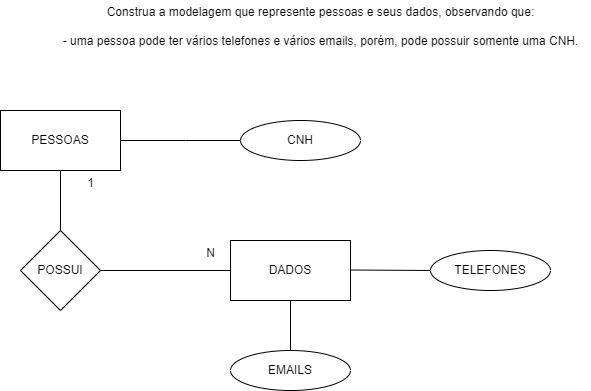
The draw.io diagram sprint-1/ex_MER/ex_1.1.png in guihenrique16/semestre_2, before a commit. Source tidied: cells renumbered, new cells last; positions are measured from the earlier drawing's top-left corner, leaving out a move shared by most shapes. Source of this version:
```xml
<mxGraphModel>
  <root>
    <mxCell id="0" />
    <mxCell id="1" parent="0" />
    <mxCell id="2" value="&lt;div&gt;Construa a modelagem que represente pessoas e seus dados, observando que:&lt;/div&gt;&lt;div&gt;&lt;br&gt;&lt;/div&gt;&lt;div&gt;- uma pessoa pode ter vários telefones e vários emails, porém, pode possuir somente uma CNH.&lt;/div&gt;&lt;div&gt;&lt;br&gt;&lt;/div&gt;&lt;div&gt;&lt;br&gt;&lt;/div&gt;&lt;div&gt;&lt;br&gt;&lt;/div&gt;&lt;div&gt;&lt;br&gt;&lt;/div&gt;" style="text;html=1;align=center;verticalAlign=middle;strokeColor=none;fillColor=none;" parent="1" vertex="1">
      <mxGeometry x="50" width="540" height="110" as="geometry" />
    </mxCell>
    <mxCell id="3" style="edgeStyle=orthogonalEdgeStyle;rounded=0;jettySize=auto;html=1;endArrow=none;endFill=0;" parent="1" edge="1" source="5" target="8">
      <mxGeometry relative="1" as="geometry" />
    </mxCell>
    <mxCell id="4" style="edgeStyle=orthogonalEdgeStyle;rounded=0;jettySize=auto;html=1;endArrow=none;endFill=0;" parent="1" edge="1" source="5">
      <mxGeometry relative="1" as="geometry">
        <mxPoint x="250" y="140" as="targetPoint" />
      </mxGeometry>
    </mxCell>
    <mxCell id="5" value="PESSOAS" style="rounded=0;whiteSpace=wrap;html=1;" parent="1" vertex="1">
      <mxGeometry y="110" width="120" height="60" as="geometry" />
    </mxCell>
    <mxCell id="6" value="DADOS" style="rounded=0;whiteSpace=wrap;html=1;" parent="1" vertex="1">
      <mxGeometry x="230" y="240" width="120" height="60" as="geometry" />
    </mxCell>
    <mxCell id="7" style="edgeStyle=orthogonalEdgeStyle;rounded=0;jettySize=auto;html=1;entryX=0;entryY=0.5;entryDx=0;entryDy=0;endArrow=none;endFill=0;" parent="1" edge="1" source="8" target="6">
      <mxGeometry relative="1" as="geometry" />
    </mxCell>
    <mxCell id="8" value="POSSUI" style="rhombus;whiteSpace=wrap;html=1;" parent="1" vertex="1">
      <mxGeometry x="20" y="230" width="80" height="80" as="geometry" />
    </mxCell>
    <mxCell id="9" value="TELEFONES" style="ellipse;whiteSpace=wrap;html=1;" parent="1" vertex="1">
      <mxGeometry x="430" y="250" width="120" height="40" as="geometry" />
    </mxCell>
    <mxCell id="10" style="endArrow=none;html=1;rounded=0;" parent="1" edge="1">
      <mxGeometry relative="1" as="geometry">
        <mxPoint x="350" y="269.5" as="sourcePoint" />
        <mxPoint x="430" y="270" as="targetPoint" />
      </mxGeometry>
    </mxCell>
    <mxCell id="11" style="endArrow=none;html=1;rounded=0;entryX=0.5;entryY=0;entryDx=0;entryDy=0;exitX=0.5;exitY=1;exitDx=0;exitDy=0;" parent="1" edge="1" source="6">
      <mxGeometry relative="1" as="geometry">
        <mxPoint x="290" y="350" as="targetPoint" />
        <Array as="points">
          <mxPoint x="290" y="320.5" />
        </Array>
      </mxGeometry>
    </mxCell>
    <mxCell id="12" value="1" style="text;html=1;align=center;verticalAlign=middle;strokeColor=none;fillColor=none;" parent="1" vertex="1">
      <mxGeometry x="75" y="168" width="30" height="30" as="geometry" />
    </mxCell>
    <mxCell id="13" value="N" style="text;html=1;align=center;verticalAlign=middle;strokeColor=none;fillColor=none;" parent="1" vertex="1">
      <mxGeometry x="195" y="238" width="30" height="30" as="geometry" />
    </mxCell>
    <mxCell id="14" value="EMAILS" style="ellipse;whiteSpace=wrap;html=1;" parent="1" vertex="1">
      <mxGeometry x="230" y="350" width="120" height="40" as="geometry" />
    </mxCell>
    <mxCell id="15" value="CNH" style="ellipse;whiteSpace=wrap;html=1;" parent="1" vertex="1">
      <mxGeometry x="240" y="120" width="120" height="40" as="geometry" />
    </mxCell>
  </root>
</mxGraphModel>
```
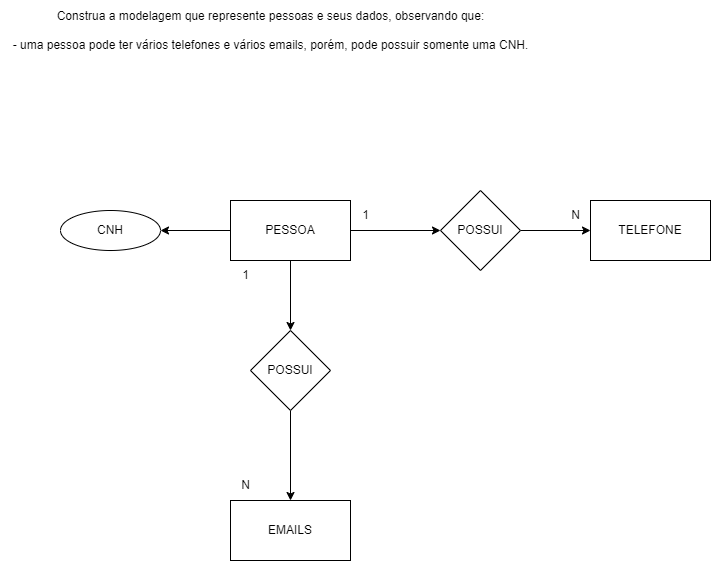
After the commit.

The edit, as a diff of the source:
```diff
@@ -2,57 +2,53 @@
   <root>
     <mxCell id="0" />
     <mxCell id="1" parent="0" />
-    <mxCell id="2" value="&lt;div&gt;Construa a modelagem que represente pessoas e seus dados, observando que:&lt;/div&gt;&lt;div&gt;&lt;br&gt;&lt;/div&gt;&lt;div&gt;- uma pessoa pode ter vários telefones e vários emails, porém, pode possuir somente uma CNH.&lt;/div&gt;&lt;div&gt;&lt;br&gt;&lt;/div&gt;&lt;div&gt;&lt;br&gt;&lt;/div&gt;&lt;div&gt;&lt;br&gt;&lt;/div&gt;&lt;div&gt;&lt;br&gt;&lt;/div&gt;" style="text;html=1;align=center;verticalAlign=middle;strokeColor=none;fillColor=none;" parent="1" vertex="1">
-      <mxGeometry x="50" width="540" height="110" as="geometry" />
+    <mxCell id="2" value="&lt;div&gt;Construa a modelagem que represente pessoas e seus dados, observando que:&lt;/div&gt;&lt;div&gt;&lt;br&gt;&lt;/div&gt;&lt;div&gt;- uma pessoa pode ter vários telefones e vários emails, porém, pode possuir somente uma CNH.&lt;/div&gt;" style="text;html=1;align=center;verticalAlign=middle;strokeColor=none;fillColor=none;" parent="1" vertex="1">
+      <mxGeometry x="-60" y="-100" width="540" height="60" as="geometry" />
     </mxCell>
-    <mxCell id="3" style="edgeStyle=orthogonalEdgeStyle;rounded=0;jettySize=auto;html=1;endArrow=none;endFill=0;" parent="1" edge="1" source="5" target="8">
-      <mxGeometry relative="1" as="geometry" />
-    </mxCell>
-    <mxCell id="4" style="edgeStyle=orthogonalEdgeStyle;rounded=0;jettySize=auto;html=1;endArrow=none;endFill=0;" parent="1" edge="1" source="5">
-      <mxGeometry relative="1" as="geometry">
-        <mxPoint x="250" y="140" as="targetPoint" />
-      </mxGeometry>
-    </mxCell>
-    <mxCell id="5" value="PESSOAS" style="rounded=0;whiteSpace=wrap;html=1;" parent="1" vertex="1">
-      <mxGeometry y="110" width="120" height="60" as="geometry" />
-    </mxCell>
-    <mxCell id="6" value="DADOS" style="rounded=0;whiteSpace=wrap;html=1;" parent="1" vertex="1">
-      <mxGeometry x="230" y="240" width="120" height="60" as="geometry" />
-    </mxCell>
-    <mxCell id="7" style="edgeStyle=orthogonalEdgeStyle;rounded=0;jettySize=auto;html=1;entryX=0;entryY=0.5;entryDx=0;entryDy=0;endArrow=none;endFill=0;" parent="1" edge="1" source="8" target="6">
-      <mxGeometry relative="1" as="geometry" />
-    </mxCell>
-    <mxCell id="8" value="POSSUI" style="rhombus;whiteSpace=wrap;html=1;" parent="1" vertex="1">
-      <mxGeometry x="20" y="230" width="80" height="80" as="geometry" />
-    </mxCell>
-    <mxCell id="9" value="TELEFONES" style="ellipse;whiteSpace=wrap;html=1;" parent="1" vertex="1">
-      <mxGeometry x="430" y="250" width="120" height="40" as="geometry" />
-    </mxCell>
-    <mxCell id="10" style="endArrow=none;html=1;rounded=0;" parent="1" edge="1">
-      <mxGeometry relative="1" as="geometry">
-        <mxPoint x="350" y="269.5" as="sourcePoint" />
-        <mxPoint x="430" y="270" as="targetPoint" />
-      </mxGeometry>
-    </mxCell>
-    <mxCell id="11" style="endArrow=none;html=1;rounded=0;entryX=0.5;entryY=0;entryDx=0;entryDy=0;exitX=0.5;exitY=1;exitDx=0;exitDy=0;" parent="1" edge="1" source="6">
-      <mxGeometry relative="1" as="geometry">
-        <mxPoint x="290" y="350" as="targetPoint" />
-        <Array as="points">
-          <mxPoint x="290" y="320.5" />
-        </Array>
-      </mxGeometry>
-    </mxCell>
-    <mxCell id="12" value="1" style="text;html=1;align=center;verticalAlign=middle;strokeColor=none;fillColor=none;" parent="1" vertex="1">
-      <mxGeometry x="75" y="168" width="30" height="30" as="geometry" />
-    </mxCell>
-    <mxCell id="13" value="N" style="text;html=1;align=center;verticalAlign=middle;strokeColor=none;fillColor=none;" parent="1" vertex="1">
-      <mxGeometry x="195" y="238" width="30" height="30" as="geometry" />
-    </mxCell>
+    <mxCell id="16" style="edgeStyle=orthogonalEdgeStyle;rounded=0;jettySize=auto;html=1;" parent="1" edge="1" source="19" target="21">
+      <mxGeometry relative="1" as="geometry" />
+    </mxCell>
+    <mxCell id="17" style="edgeStyle=orthogonalEdgeStyle;rounded=0;jettySize=auto;html=1;" parent="1" edge="1" source="19" target="15">
+      <mxGeometry relative="1" as="geometry" />
+    </mxCell>
+    <mxCell id="18" style="edgeStyle=orthogonalEdgeStyle;rounded=0;jettySize=auto;html=1;" parent="1" edge="1" source="19" target="24">
+      <mxGeometry relative="1" as="geometry" />
+    </mxCell>
+    <mxCell id="19" value="PESSOA" style="rounded=0;whiteSpace=wrap;html=1;" parent="1" vertex="1">
+      <mxGeometry x="170" y="100" width="120" height="60" as="geometry" />
+    </mxCell>
+    <mxCell id="20" style="edgeStyle=orthogonalEdgeStyle;rounded=0;jettySize=auto;html=1;" parent="1" edge="1" source="21" target="22">
+      <mxGeometry relative="1" as="geometry" />
+    </mxCell>
+    <mxCell id="21" value="POSSUI" style="rhombus;whiteSpace=wrap;html=1;rounded=0;" parent="1" vertex="1">
+      <mxGeometry x="380" y="90" width="80" height="80" as="geometry" />
+    </mxCell>
+    <mxCell id="22" value="TELEFONE" style="whiteSpace=wrap;html=1;rounded=0;" parent="1" vertex="1">
+      <mxGeometry x="530" y="100" width="120" height="60" as="geometry" />
+    </mxCell>
-    <mxCell id="14" value="EMAILS" style="ellipse;whiteSpace=wrap;html=1;" parent="1" vertex="1">
-      <mxGeometry x="230" y="350" width="120" height="40" as="geometry" />
+    <mxCell id="14" value="EMAILS" style="whiteSpace=wrap;html=1;rounded=0;" parent="1" vertex="1">
+      <mxGeometry x="170" y="400" width="120" height="60" as="geometry" />
     </mxCell>
-    <mxCell id="15" value="CNH" style="ellipse;whiteSpace=wrap;html=1;" parent="1" vertex="1">
-      <mxGeometry x="240" y="120" width="120" height="40" as="geometry" />
+    <mxCell id="15" value="CNH" style="ellipse;whiteSpace=wrap;html=1;rounded=0;" parent="1" vertex="1">
+      <mxGeometry y="110" width="100" height="40" as="geometry" />
     </mxCell>
+    <mxCell id="23" style="edgeStyle=orthogonalEdgeStyle;rounded=0;jettySize=auto;html=1;" parent="1" edge="1" source="24" target="14">
+      <mxGeometry relative="1" as="geometry" />
+    </mxCell>
+    <mxCell id="24" value="POSSUI" style="rhombus;whiteSpace=wrap;html=1;rounded=0;" parent="1" vertex="1">
+      <mxGeometry x="190" y="230" width="80" height="80" as="geometry" />
+    </mxCell>
+    <mxCell id="25" value="1" style="text;html=1;align=center;verticalAlign=middle;strokeColor=none;fillColor=none;" parent="1" vertex="1">
+      <mxGeometry x="170" y="160" width="30" height="30" as="geometry" />
+    </mxCell>
+    <mxCell id="26" value="N" style="text;html=1;align=center;verticalAlign=middle;strokeColor=none;fillColor=none;" parent="1" vertex="1">
+      <mxGeometry x="170" y="370" width="30" height="30" as="geometry" />
+    </mxCell>
+    <mxCell id="27" value="1" style="text;html=1;align=center;verticalAlign=middle;strokeColor=none;fillColor=none;" parent="1" vertex="1">
+      <mxGeometry x="290" y="100" width="30" height="30" as="geometry" />
+    </mxCell>
+    <mxCell id="28" value="N" style="text;html=1;align=center;verticalAlign=middle;strokeColor=none;fillColor=none;" parent="1" vertex="1">
+      <mxGeometry x="500" y="100" width="30" height="30" as="geometry" />
+    </mxCell>
   </root>
 </mxGraphModel>
```
